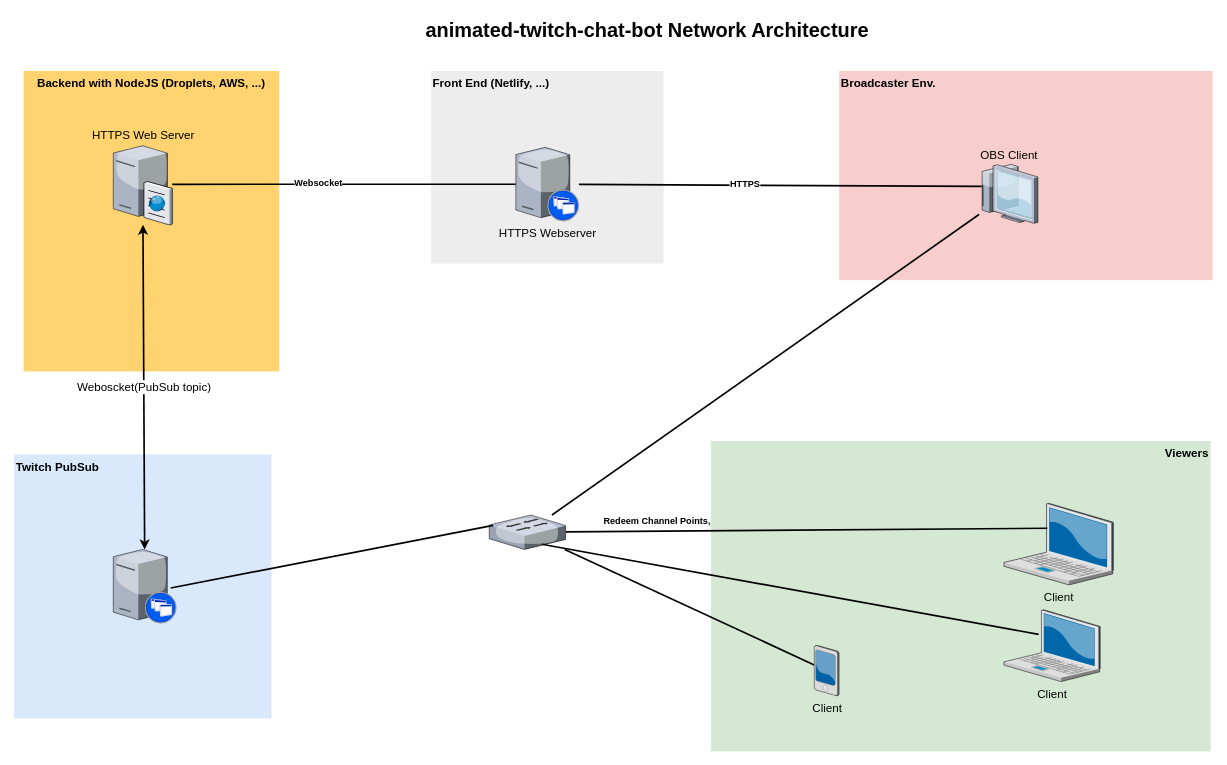
codingvibe/animated-twitch-chat-bot keeps this draw.io diagram as NetworkDiagram.drawio. Above is the earlier version. Source tidied: cells renumbered, new cells numbered last; positions are measured from the earlier drawing's top-left corner, leaving out a move shared by most shapes. Both pictures are drawn from the tidied source at 83%, with x=0, y=0 at pixel (14, 14).
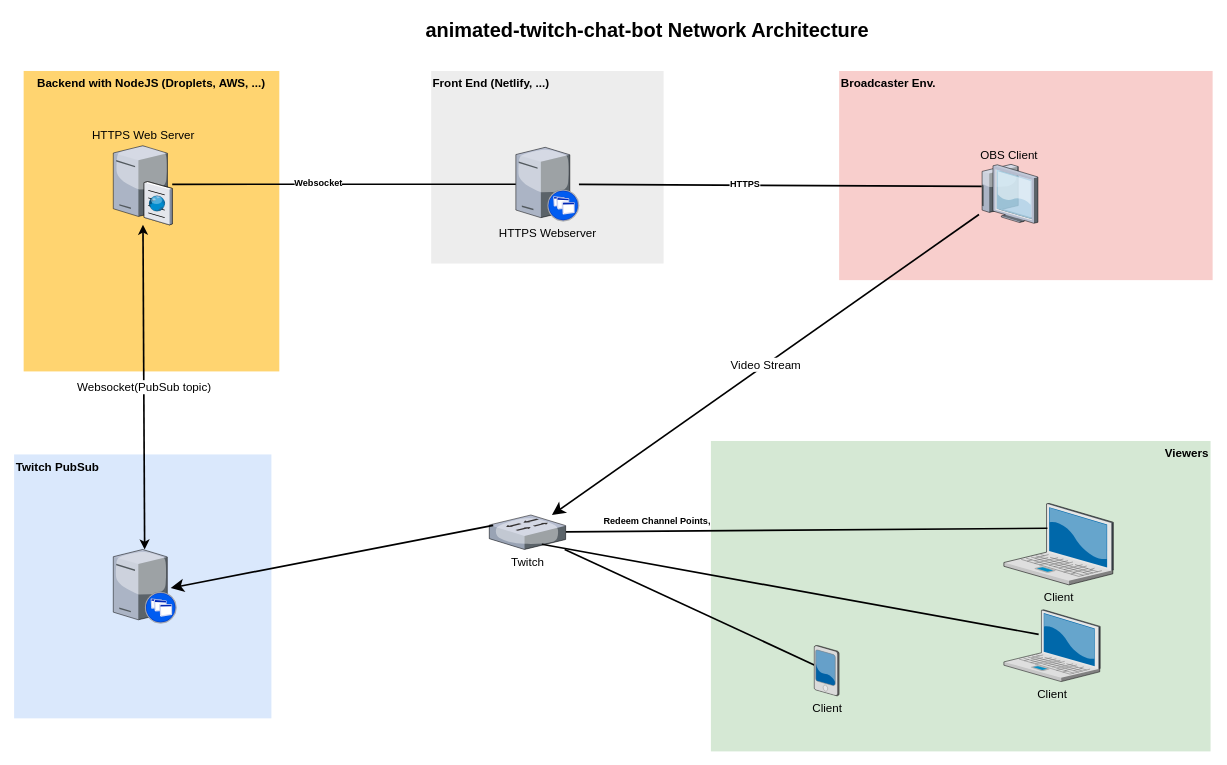
The same page after the edit.

Commit message:
Fixed misspeling, added labels for obs <-> twitch

The change refers to these unchanged cells:
```xml
<mxCell id="19" value="HTTPS Web Server" style="verticalLabelPosition=top;html=1;verticalAlign=bottom;strokeColor=none;shape=mxgraph.citrix.cache_server;fillColor=#66B2FF;gradientColor=#0066CC;fontSize=14;labelPosition=center;align=center;" parent="1" vertex="1">
  <mxGeometry x="119" y="155.8" width="71" height="97.5" as="geometry" />
</mxCell>
<mxCell id="22" value="OBS Client&lt;br&gt;" style="verticalLabelPosition=top;html=1;verticalAlign=bottom;strokeColor=none;shape=mxgraph.citrix.thin_client;fillColor=#66B2FF;gradientColor=#0066CC;fontSize=14;labelPosition=center;align=center;" parent="1" vertex="1">
  <mxGeometry x="1162" y="180.5" width="71" height="71" as="geometry" />
</mxCell>
<mxCell id="24" style="verticalLabelPosition=bottom;html=1;verticalAlign=top;strokeColor=none;shape=mxgraph.citrix.xenapp_server;fillColor=#66B2FF;gradientColor=#0066CC;fontSize=14;" parent="1" vertex="1">
  <mxGeometry x="119" y="644.5" width="76" height="89" as="geometry" />
</mxCell>
```

What changed in the source:
```diff
@@
-    <mxCell id="16" value="Weboscket(PubSub topic)" style="edgeStyle=none;rounded=0;html=1;jettySize=auto;fontSize=14;endArrow=classic;endFill=1;strokeWidth=2;strokeColor=default;startArrow=classic;startFill=1;" parent="1" edge="1" source="24" target="19">
+    <mxCell id="16" value="Websocket(PubSub topic)" style="edgeStyle=none;rounded=0;html=1;jettySize=auto;fontSize=14;endArrow=classic;endFill=1;strokeWidth=2;strokeColor=default;startArrow=classic;startFill=1;" parent="1" edge="1" source="24" target="19">
       <mxGeometry relative="1" as="geometry" />
     </mxCell>
@@
-    <mxCell id="20" style="edgeStyle=none;rounded=0;html=1;startSize=10;endSize=10;jettySize=auto;fontSize=14;endArrow=none;endFill=0;strokeWidth=2;" parent="1" edge="1" source="21" target="22">
+    <mxCell id="20" value="Video Stream" style="edgeStyle=none;rounded=0;html=1;startSize=10;endSize=10;jettySize=auto;fontSize=14;endArrow=none;endFill=0;strokeWidth=2;startArrow=classic;startFill=1;" parent="1" edge="1" source="21" target="22">
       <mxGeometry relative="1" as="geometry" />
     </mxCell>
-    <mxCell id="21" style="verticalLabelPosition=bottom;html=1;verticalAlign=top;strokeColor=none;shape=mxgraph.citrix.switch;fillColor=#66B2FF;gradientColor=#0066CC;fontSize=14;" parent="1" vertex="1">
+    <mxCell id="21" value="Twitch" style="verticalLabelPosition=bottom;html=1;verticalAlign=top;strokeColor=none;shape=mxgraph.citrix.switch;fillColor=#66B2FF;gradientColor=#0066CC;fontSize=14;" parent="1" vertex="1">
       <mxGeometry x="572" y="603" width="92" height="41.5" as="geometry" />
     </mxCell>
@@
-    <mxCell id="26" style="edgeStyle=none;rounded=0;html=1;startSize=10;endSize=10;jettySize=auto;fontSize=14;endArrow=none;endFill=0;strokeWidth=2;entryX=0.051;entryY=0.299;entryDx=0;entryDy=0;entryPerimeter=0;exitX=0.91;exitY=0.522;exitDx=0;exitDy=0;exitPerimeter=0;" parent="1" edge="1" source="24" target="21">
+    <mxCell id="26" style="edgeStyle=none;rounded=0;html=1;startSize=10;endSize=10;jettySize=auto;fontSize=14;endArrow=none;endFill=0;strokeWidth=2;entryX=0.051;entryY=0.299;entryDx=0;entryDy=0;entryPerimeter=0;exitX=0.91;exitY=0.522;exitDx=0;exitDy=0;exitPerimeter=0;startArrow=classic;startFill=1;" parent="1" edge="1" source="24" target="21">
       <mxGeometry relative="1" as="geometry" />
     </mxCell>
```
